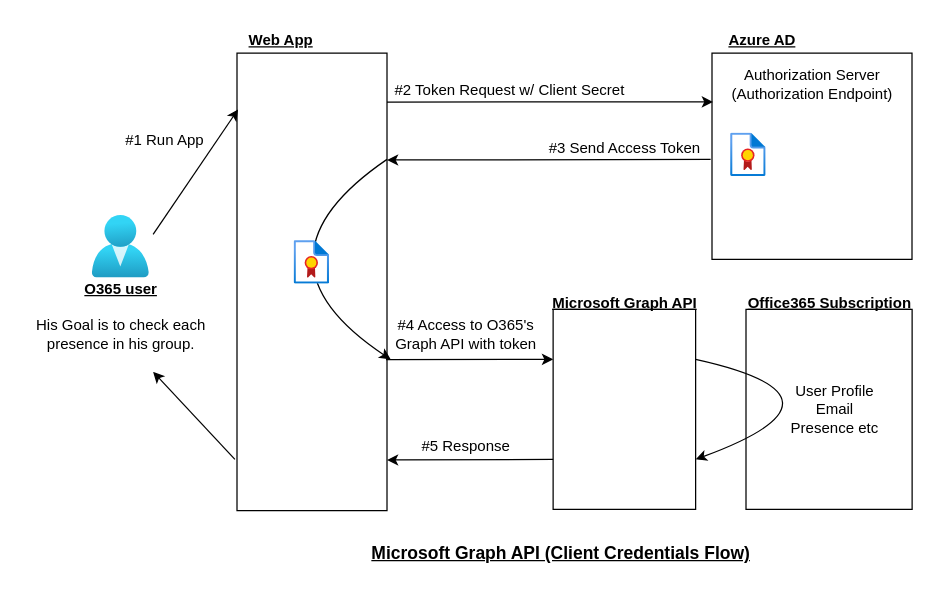
Above: O365Access_GraphAPI/O365Access_GraphAPI.drawio in developer-onizuka/Diagrams (draw.io), before the change. Source tidied: cells renumbered, new cells numbered last; positions are measured from the earlier drawing's top-left corner, leaving out a move shared by most shapes. Both pictures are drawn from the tidied source at 125%, with x=0, y=0 at pixel (20, 21).
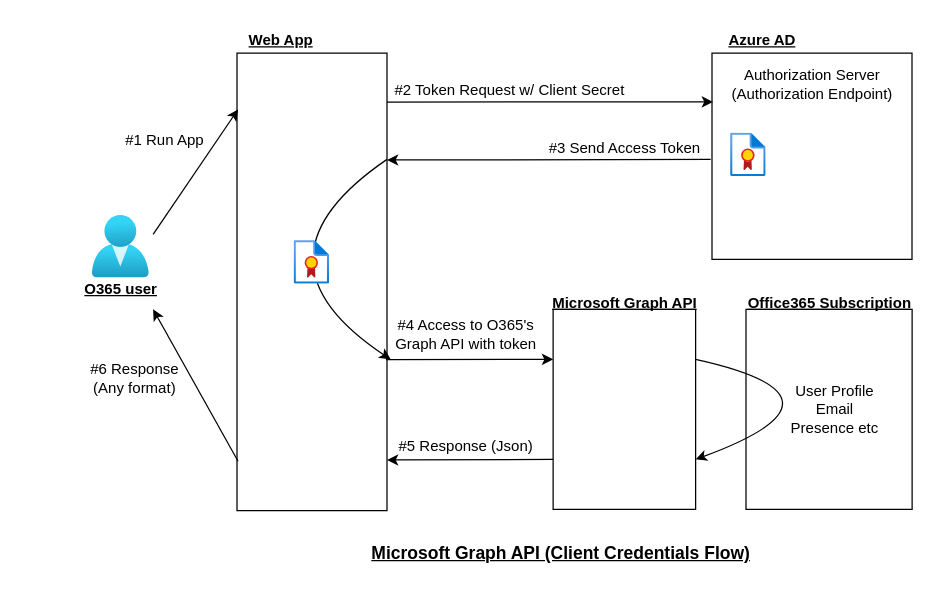
The same diagram, later.

Unchanged cells that the change refers to:
```xml
<mxCell id="2" style="rounded=0;whiteSpace=wrap;html=1;fillColor=#FFFFFF;" parent="1" vertex="1">
  <mxGeometry x="173.1" y="25" width="120" height="366" as="geometry" />
</mxCell>
<mxCell id="6" value="&lt;b&gt;&lt;u&gt;O365 user&lt;/u&gt;&lt;/b&gt;" style="text;html=1;align=center;verticalAlign=middle;points=[];strokeColor=none;fillColor=none;" parent="1" vertex="1">
  <mxGeometry x="40.3" y="199" width="80" height="30" as="geometry" />
</mxCell>
```

Change to the diagram source:
```diff
@@
-    <mxCell id="10" value="His Goal is to check&amp;nbsp;each &lt;br&gt;presence in his group." style="text;html=1;align=center;verticalAlign=middle;strokeColor=none;fillColor=none;" parent="1" vertex="1">
-      <mxGeometry x="0.3" y="230" width="160" height="40" as="geometry" />
-    </mxCell>
@@
-    <mxCell id="28" value="#5 Response" style="text;html=1;align=center;verticalAlign=middle;strokeColor=none;fillColor=none;" parent="1" vertex="1">
-      <mxGeometry x="311" y="325" width="90" height="30" as="geometry" />
+    <mxCell id="28" value="#5 Response (Json)" style="text;html=1;align=center;verticalAlign=middle;strokeColor=none;fillColor=none;" parent="1" vertex="1">
+      <mxGeometry x="291" y="325" width="130" height="30" as="geometry" />
     </mxCell>
-    <mxCell id="29" style="endArrow=classic;html=1;rounded=0;exitX=-0.014;exitY=0.888;exitDx=0;exitDy=0;exitPerimeter=0;" parent="1" edge="1" source="2">
-      <mxGeometry relative="1" as="geometry">
-        <mxPoint x="106" y="280" as="targetPoint" />
-      </mxGeometry>
+    <mxCell id="29" style="endArrow=classic;html=1;rounded=0;exitX=0.007;exitY=0.892;exitDx=0;exitDy=0;exitPerimeter=0;entryX=0.821;entryY=1.033;entryDx=0;entryDy=0;entryPerimeter=0;" parent="1" edge="1" source="2" target="6">
+      <mxGeometry relative="1" as="geometry" />
     </mxCell>
@@
+    <mxCell id="31" value="#6 Response&lt;br&gt;(Any format)" style="text;html=1;align=center;verticalAlign=middle;strokeColor=none;fillColor=none;" parent="1" vertex="1">
+      <mxGeometry x="46" y="265" width="90" height="40" as="geometry" />
+    </mxCell>
```
